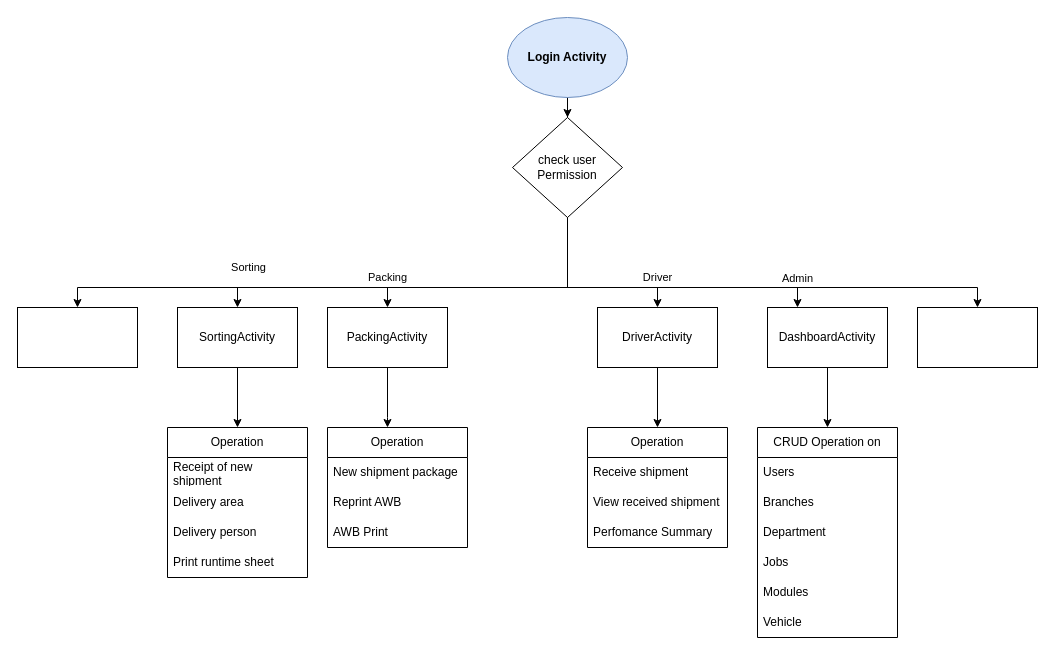
Sagr32/commons-app-documentation keeps this draw.io diagram as Untitled Diagram.drawio. Above is the earlier version. Source tidied: cells renumbered, new cells numbered last; positions are measured from the earlier drawing's top-left corner, leaving out a move shared by most shapes. Both pictures are drawn from the tidied source at 100%, with x=0, y=0 at pixel (17, 17).
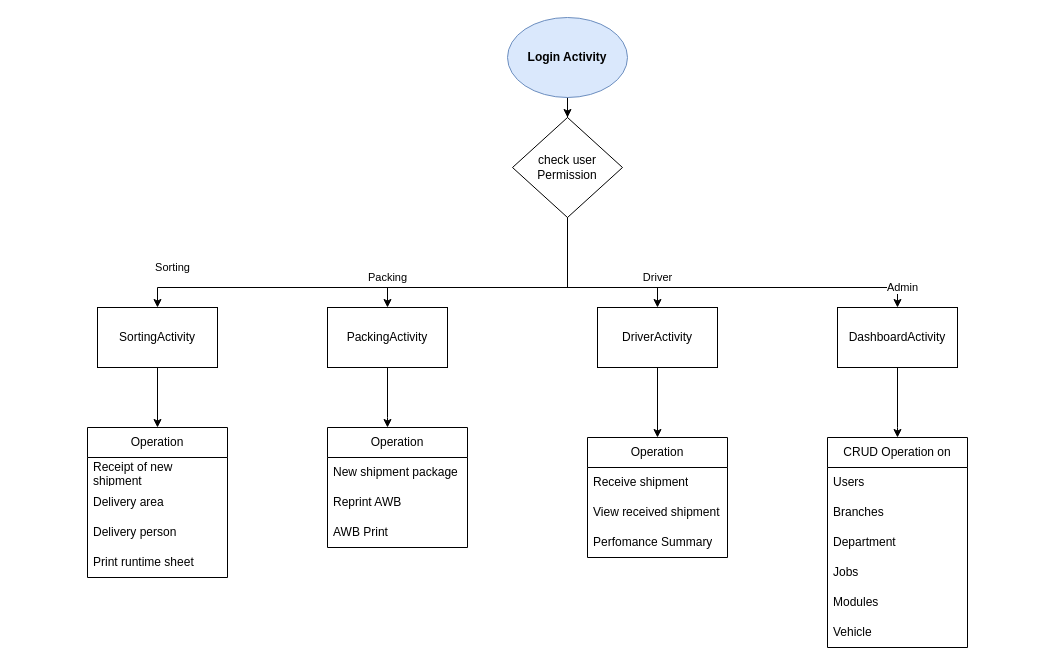
Above is the later version.

Unchanged cells that the change refers to:
```xml
<mxCell id="10" value="check user Permission" style="rhombus;whiteSpace=wrap;html=1;" parent="1" vertex="1">
  <mxGeometry x="495" y="100" width="110" height="100" as="geometry" />
</mxCell>
```

What changed in the source:
```diff
@@
     <mxCell id="4" value="Admin" style="edgeStyle=orthogonalEdgeStyle;rounded=0;jettySize=auto;html=1;" parent="1" edge="1" source="10" target="12">
       <mxGeometry x="0.88" y="-10" relative="1" as="geometry">
         <Array as="points">
           <mxPoint x="550" y="270" />
-          <mxPoint x="780" y="270" />
+          <mxPoint x="880" y="270" />
         </Array>
         <mxPoint x="10" y="-10" as="offset" />
       </mxGeometry>
     </mxCell>
     <mxCell id="5" value="Sorting" style="edgeStyle=orthogonalEdgeStyle;rounded=0;jettySize=auto;html=1;entryX=0.5;entryY=0;entryDx=0;entryDy=0;" parent="1" edge="1" source="10" target="18">
       <mxGeometry x="0.9" y="-10" relative="1" as="geometry">
         <Array as="points">
           <mxPoint x="550" y="270" />
-          <mxPoint x="220" y="270" />
+          <mxPoint x="140" y="270" />
         </Array>
         <mxPoint x="10" y="-10" as="offset" />
       </mxGeometry>
     </mxCell>
@@
-    <mxCell id="8" style="edgeStyle=orthogonalEdgeStyle;rounded=0;jettySize=auto;html=1;" parent="1" edge="1" source="10" target="19">
-      <mxGeometry relative="1" as="geometry">
-        <Array as="points">
-          <mxPoint x="550" y="270" />
-          <mxPoint x="60" y="270" />
-        </Array>
-      </mxGeometry>
-    </mxCell>
-    <mxCell id="9" style="edgeStyle=orthogonalEdgeStyle;rounded=0;jettySize=auto;html=1;" parent="1" edge="1" source="10" target="20">
-      <mxGeometry relative="1" as="geometry">
-        <Array as="points">
-          <mxPoint x="550" y="270" />
-          <mxPoint x="960" y="270" />
-        </Array>
-      </mxGeometry>
-    </mxCell>
@@
     <mxCell id="11" style="edgeStyle=orthogonalEdgeStyle;rounded=0;jettySize=auto;html=1;entryX=0.5;entryY=0;entryDx=0;entryDy=0;" parent="1" edge="1" source="12" target="21">
-      <mxGeometry relative="1" as="geometry" />
+      <mxGeometry relative="1" as="geometry">
+        <Array as="points">
+          <mxPoint x="880" y="410" />
+        </Array>
+      </mxGeometry>
     </mxCell>
     <mxCell id="12" value="DashboardActivity" style="rounded=0;whiteSpace=wrap;html=1;" parent="1" vertex="1">
-      <mxGeometry x="750" y="290" width="120" height="60" as="geometry" />
+      <mxGeometry x="820" y="290" width="120" height="60" as="geometry" />
     </mxCell>
@@
     <mxCell id="18" value="SortingActivity" style="rounded=0;whiteSpace=wrap;html=1;" parent="1" vertex="1">
-      <mxGeometry x="160" y="290" width="120" height="60" as="geometry" />
+      <mxGeometry x="80" y="290" width="120" height="60" as="geometry" />
     </mxCell>
-    <mxCell id="19" style="rounded=0;whiteSpace=wrap;html=1;" parent="1" vertex="1">
-      <mxGeometry y="290" width="120" height="60" as="geometry" />
-    </mxCell>
-    <mxCell id="20" style="rounded=0;whiteSpace=wrap;html=1;" parent="1" vertex="1">
-      <mxGeometry x="900" y="290" width="120" height="60" as="geometry" />
-    </mxCell>
     <mxCell id="21" value="CRUD Operation on" style="swimlane;fontStyle=0;horizontal=1;startSize=30;whiteSpace=wrap;html=1;" parent="1" vertex="1">
-      <mxGeometry x="740" y="410" width="140" height="210" as="geometry" />
+      <mxGeometry x="810" y="420" width="140" height="210" as="geometry" />
     </mxCell>
@@
     <mxCell id="28" value="Operation" style="swimlane;fontStyle=0;horizontal=1;startSize=30;whiteSpace=wrap;html=1;" parent="1" vertex="1">
-      <mxGeometry x="570" y="410" width="140" height="120" as="geometry" />
+      <mxGeometry x="570" y="420" width="140" height="120" as="geometry" />
     </mxCell>
@@
     <mxCell id="36" value="Operation" style="swimlane;fontStyle=0;horizontal=1;startSize=30;whiteSpace=wrap;html=1;" parent="1" vertex="1">
-      <mxGeometry x="150" y="410" width="140" height="150" as="geometry" />
+      <mxGeometry x="70" y="410" width="140" height="150" as="geometry" />
     </mxCell>
```
